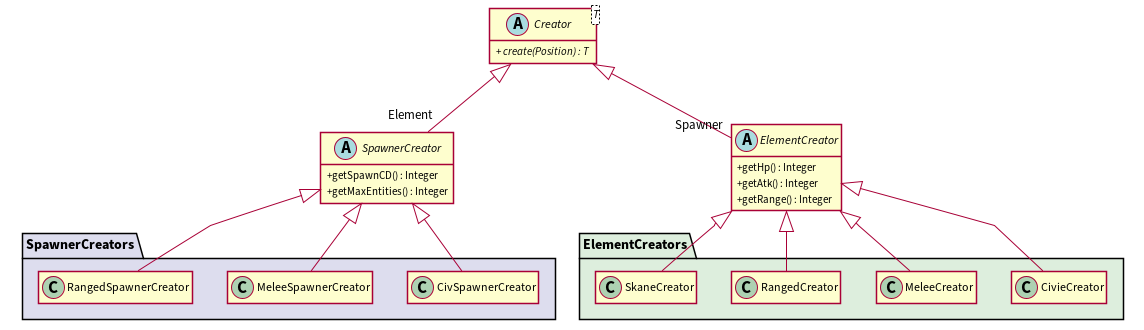
This is docs/uml/creator.png from JoaoCostaIFG/LPOO, a PlantUML export, as it was before one commit. Its diagram source:
```plantuml
@startuml

hide empty members
skinparam classAttributeIconSize 0
skinparam linetype polyline
skinparam shadowing false

abstract class Creator<T> {
+ // create(Position) : T //
}

abstract class ElementCreator {
+ getHp() : Integer
+ getAtk() : Integer
+ getRange() : Integer
}

package "ElementCreators" #DDEEDD {
    class CivieCreator {}
    class MeleeCreator {}
    class RangedCreator {}
    class SkaneCreator {}
}

abstract class SpawnerCreator {
+ getSpawnCD() : Integer
+ getMaxEntities() : Integer
}

package "SpawnerCreators" #DDDDEE {
    class CivSpawnerCreator {}
    class MeleeSpawnerCreator {}
    class RangedSpawnerCreator {}
}

ElementCreator "Spawner"-up-^ Creator
CivieCreator -up-^ ElementCreator
RangedCreator -up-^ ElementCreator
MeleeCreator -up-^ ElementCreator
SkaneCreator -up-^ ElementCreator

SpawnerCreator "Element"-up-^ Creator
CivSpawnerCreator -up-^ SpawnerCreator
MeleeSpawnerCreator -up-^ SpawnerCreator
RangedSpawnerCreator -up-^ SpawnerCreator

@enduml
```
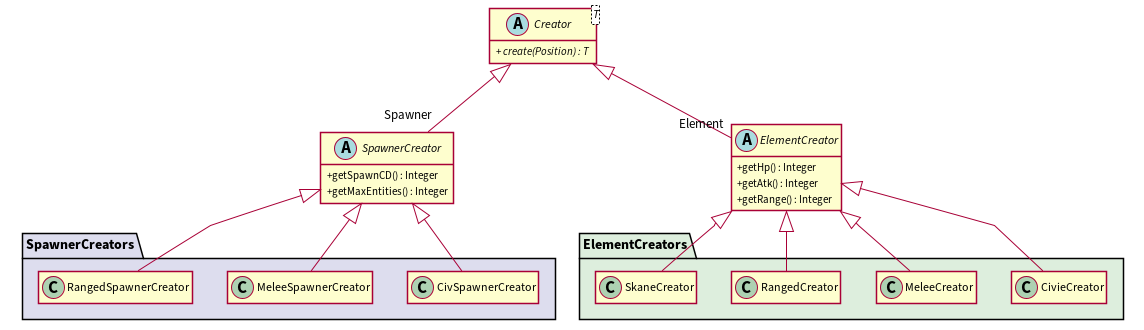
After the change.

Commit message:
Change: fixed misplaced labels in creator uml.

The edit, as a diff of the source:
```diff
@@ -33,13 +33,13 @@
     class RangedSpawnerCreator {}
 }
 
-ElementCreator "Spawner"-up-^ Creator
+ElementCreator "Element" -up-^ Creator
 CivieCreator -up-^ ElementCreator
 RangedCreator -up-^ ElementCreator
 MeleeCreator -up-^ ElementCreator
 SkaneCreator -up-^ ElementCreator
 
-SpawnerCreator "Element"-up-^ Creator
+SpawnerCreator "Spawner" -up-^ Creator
 CivSpawnerCreator -up-^ SpawnerCreator
 MeleeSpawnerCreator -up-^ SpawnerCreator
 RangedSpawnerCreator -up-^ SpawnerCreator
```
